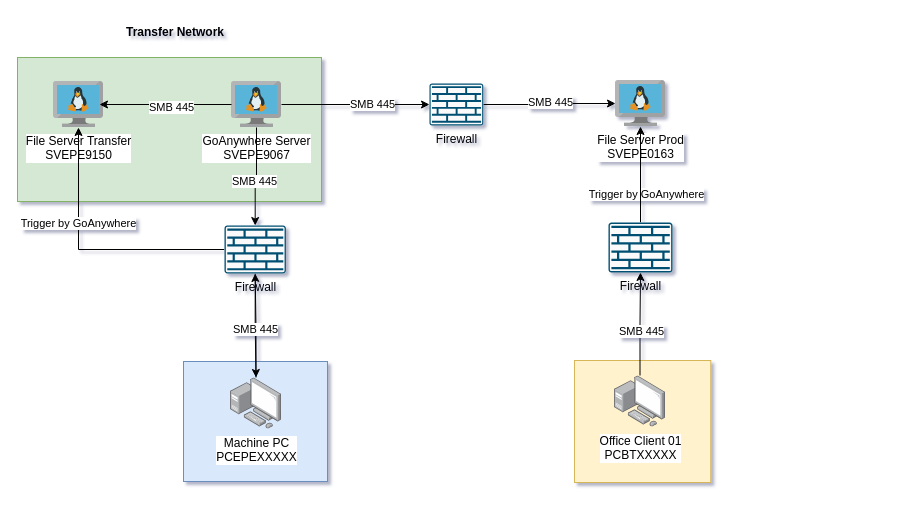
Earlier version of the draw.io diagram goanywhere.drawio (iippam/proyek-01). Source tidied: cells renumbered, new cells numbered last; positions are measured from the earlier drawing's top-left corner, leaving out a move shared by most shapes. Both pictures are drawn from the tidied source at 100%, with x=0, y=0 at pixel (17, 17).
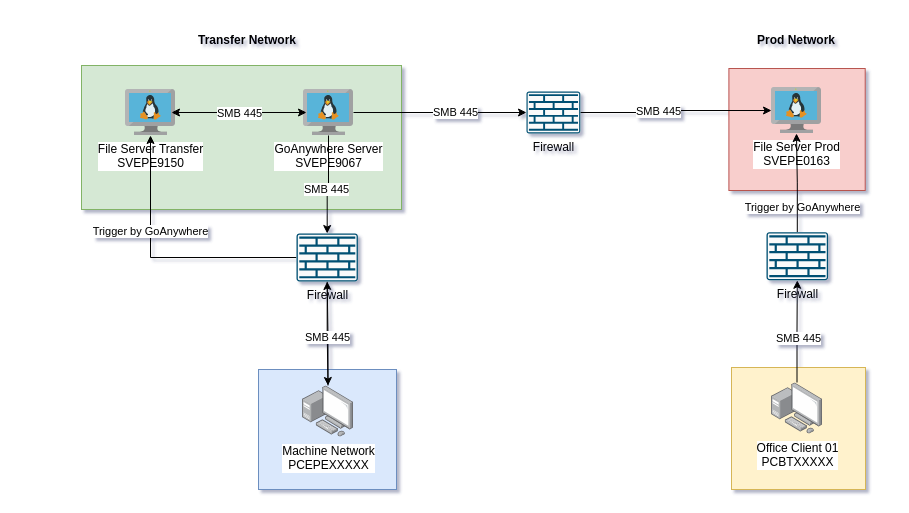
The same diagram, later.

Unchanged cells that the change refers to:
```xml
<mxCell id="12" style="edgeStyle=orthogonalEdgeStyle;rounded=0;jettySize=auto;html=1;exitX=1;exitY=0.5;exitDx=0;exitDy=0;exitPerimeter=0;" parent="1" edge="1" source="14" target="10">
  <mxGeometry relative="1" as="geometry" />
</mxCell>
<mxCell id="17" style="edgeStyle=orthogonalEdgeStyle;rounded=0;jettySize=auto;html=1;entryX=0.92;entryY=0.5;entryDx=0;entryDy=0;entryPerimeter=0;" parent="1" edge="1" source="9" target="11">
  <mxGeometry relative="1" as="geometry" />
</mxCell>
<mxCell id="23" style="edgeStyle=orthogonalEdgeStyle;rounded=0;jettySize=auto;html=1;" parent="1" edge="1" source="26" target="11">
  <mxGeometry relative="1" as="geometry" />
</mxCell>
```

What changed in the source:
```diff
@@
+    <mxCell id="31" style="rounded=0;whiteSpace=wrap;html=1;fillColor=#f8cecc;strokeColor=#b85450;" parent="1" vertex="1">
+      <mxGeometry x="711.4" y="51" width="136.3" height="122" as="geometry" />
+    </mxCell>
     <mxCell id="2" style="rounded=0;whiteSpace=wrap;html=1;fillColor=#d5e8d4;strokeColor=#82b366;" parent="1" vertex="1">
-      <mxGeometry y="40" width="304" height="144" as="geometry" />
+      <mxGeometry x="64" y="48" width="320" height="144" as="geometry" />
     </mxCell>
     <mxCell id="3" style="rounded=0;whiteSpace=wrap;html=1;fillColor=#fff2cc;strokeColor=#d6b656;" parent="1" vertex="1">
-      <mxGeometry x="557" y="343" width="136.3" height="122" as="geometry" />
+      <mxGeometry x="714" y="350" width="134" height="122" as="geometry" />
     </mxCell>
     <mxCell id="4" style="rounded=0;whiteSpace=wrap;html=1;fillColor=#dae8fc;strokeColor=#6c8ebf;" parent="1" vertex="1">
-      <mxGeometry x="166" y="344" width="144" height="120" as="geometry" />
+      <mxGeometry x="241" y="352" width="138" height="120" as="geometry" />
     </mxCell>
     <mxCell id="5" value="&lt;div&gt;&lt;b&gt;Transfer Network&lt;/b&gt;&lt;/div&gt;" style="text;html=1;align=center;verticalAlign=middle;whiteSpace=wrap;rounded=0;" parent="1" vertex="1">
-      <mxGeometry x="68" width="180" height="30" as="geometry" />
+      <mxGeometry x="140" y="8" width="180" height="30" as="geometry" />
     </mxCell>
@@
     <mxCell id="8" value="&lt;div&gt;Office Client 01&lt;br&gt;PCBTXXXXX&lt;/div&gt;" style="sketch=0;shadow=0;dashed=0;html=1;strokeColor=none;fillColor=#00BEF2;labelPosition=center;verticalLabelPosition=bottom;verticalAlign=top;outlineConnect=0;align=center;shape=image;labelBackgroundColor=default;points=[];image=img/lib/allied_telesis/computer_and_terminals/Personal_Computer_with_Server.svg;" parent="1" vertex="1">
-      <mxGeometry x="597" y="358" width="51" height="52" as="geometry" />
+      <mxGeometry x="754" y="365" width="51" height="52" as="geometry" />
     </mxCell>
     <mxCell id="9" value="GoAnywhere Server&lt;br&gt;SVEPE9067" style="image;sketch=0;html=1;points=[];align=center;fontSize=12;image=img/lib/mscae/VM_Linux.svg;" parent="1" vertex="1">
-      <mxGeometry x="214" y="64" width="50" height="46" as="geometry" />
+      <mxGeometry x="286" y="72" width="50" height="46" as="geometry" />
     </mxCell>
     <mxCell id="10" value="File Server Prod&lt;br&gt;SVEPE0163" style="image;sketch=0;html=1;points=[];align=center;fontSize=12;image=img/lib/mscae/VM_Linux.svg;" parent="1" vertex="1">
-      <mxGeometry x="598" y="63" width="50" height="46" as="geometry" />
+      <mxGeometry x="754" y="70" width="50" height="46" as="geometry" />
     </mxCell>
     <mxCell id="11" value="File Server Transfer&lt;br&gt;SVEPE9150" style="image;sketch=0;html=1;points=[];align=center;fontSize=12;image=img/lib/mscae/VM_Linux.svg;" parent="1" vertex="1">
-      <mxGeometry x="36" y="64" width="50" height="46" as="geometry" />
+      <mxGeometry x="108" y="72" width="50" height="46" as="geometry" />
     </mxCell>
@@
     <mxCell id="13" value="SMB 445" style="edgeLabel;html=1;align=center;verticalAlign=middle;" parent="12" vertex="1">
       <mxGeometry x="0.02" y="-1" relative="1" as="geometry">
-        <mxPoint y="-3" as="offset" />
+        <mxPoint x="-19" y="-1" as="offset" />
       </mxGeometry>
     </mxCell>
     <mxCell id="14" value="Firewall" style="sketch=0;points=[[0.015,0.015,0],[0.985,0.015,0],[0.985,0.985,0],[0.015,0.985,0],[0.25,0,0],[0.5,0,0],[0.75,0,0],[1,0.25,0],[1,0.5,0],[1,0.75,0],[0.75,1,0],[0.5,1,0],[0.25,1,0],[0,0.75,0],[0,0.5,0],[0,0.25,0]];verticalLabelPosition=bottom;html=1;verticalAlign=top;align=center;shape=mxgraph.cisco19.rect;prIcon=firewall;fillColor=#FAFAFA;strokeColor=#005073;" parent="1" vertex="1">
-      <mxGeometry x="412" y="66" width="53.8" height="42" as="geometry" />
+      <mxGeometry x="509" y="74" width="53.8" height="42" as="geometry" />
     </mxCell>
@@
-    <mxCell id="18" value="SMB 445" style="edgeLabel;html=1;align=center;verticalAlign=middle;" parent="17" vertex="1">
-      <mxGeometry x="-0.08" y="2" relative="1" as="geometry" />
-    </mxCell>
@@
-    <mxCell id="20" value="&lt;div&gt;Machine PC&lt;br&gt;PCEPEXXXXX&lt;/div&gt;" style="sketch=0;shadow=0;dashed=0;html=1;strokeColor=none;fillColor=#00BEF2;labelPosition=center;verticalLabelPosition=bottom;verticalAlign=top;outlineConnect=0;align=center;shape=image;labelBackgroundColor=default;points=[];image=img/lib/allied_telesis/computer_and_terminals/Personal_Computer_with_Server.svg;" parent="1" vertex="1">
-      <mxGeometry x="213" y="360" width="51" height="52" as="geometry" />
+    <mxCell id="20" value="&lt;div&gt;Machine Network&lt;br&gt;PCEPEXXXXX&lt;/div&gt;" style="sketch=0;shadow=0;dashed=0;html=1;strokeColor=none;fillColor=#00BEF2;labelPosition=center;verticalLabelPosition=bottom;verticalAlign=top;outlineConnect=0;align=center;shape=image;labelBackgroundColor=default;points=[];image=img/lib/allied_telesis/computer_and_terminals/Personal_Computer_with_Server.svg;" parent="1" vertex="1">
+      <mxGeometry x="285" y="368" width="51" height="52" as="geometry" />
     </mxCell>
@@
     <mxCell id="25" value="Trigger by GoAnywhere" style="edgeLabel;html=1;align=center;verticalAlign=middle;" parent="23" vertex="1">
       <mxGeometry x="0.29" y="1" relative="1" as="geometry">
-        <mxPoint x="568" y="-29" as="offset" />
+        <mxPoint x="652" y="-24" as="offset" />
       </mxGeometry>
     </mxCell>
     <mxCell id="26" value="Firewall&lt;div&gt;&lt;br/&gt;&lt;/div&gt;" style="sketch=0;points=[[0.015,0.015,0],[0.985,0.015,0],[0.985,0.985,0],[0.015,0.985,0],[0.25,0,0],[0.5,0,0],[0.75,0,0],[1,0.25,0],[1,0.5,0],[1,0.75,0],[0.75,1,0],[0.5,1,0],[0.25,1,0],[0,0.75,0],[0,0.5,0],[0,0.25,0]];verticalLabelPosition=bottom;html=1;verticalAlign=top;align=center;shape=mxgraph.cisco19.rect;prIcon=firewall;fillColor=#FAFAFA;strokeColor=#005073;" parent="1" vertex="1">
-      <mxGeometry x="207" y="208" width="61.4" height="48" as="geometry" />
+      <mxGeometry x="279" y="216" width="61.4" height="48" as="geometry" />
     </mxCell>
@@
     <mxCell id="30" value="Firewall" style="sketch=0;points=[[0.015,0.015,0],[0.985,0.015,0],[0.985,0.985,0],[0.015,0.985,0],[0.25,0,0],[0.5,0,0],[0.75,0,0],[1,0.25,0],[1,0.5,0],[1,0.75,0],[0.75,1,0],[0.5,1,0],[0.25,1,0],[0,0.75,0],[0,0.5,0],[0,0.25,0]];verticalLabelPosition=bottom;html=1;verticalAlign=top;align=center;shape=mxgraph.cisco19.rect;prIcon=firewall;fillColor=#FAFAFA;strokeColor=#005073;" parent="1" vertex="1">
-      <mxGeometry x="591" y="205" width="64" height="50" as="geometry" />
+      <mxGeometry x="749" y="214.7" width="61.6" height="48.1" as="geometry" />
     </mxCell>
+    <mxCell id="32" value="&lt;div&gt;&lt;b&gt;Prod Network&lt;/b&gt;&lt;/div&gt;" style="text;html=1;align=center;verticalAlign=middle;whiteSpace=wrap;rounded=0;" parent="1" vertex="1">
+      <mxGeometry x="688.5" y="8" width="180" height="30" as="geometry" />
+    </mxCell>
+    <mxCell id="33" style="edgeStyle=orthogonalEdgeStyle;rounded=0;jettySize=auto;html=1;entryX=0.06;entryY=0.5;entryDx=0;entryDy=0;entryPerimeter=0;" parent="1" edge="1" source="11" target="9">
+      <mxGeometry relative="1" as="geometry" />
+    </mxCell>
+    <mxCell id="18" value="SMB 445" style="edgeLabel;html=1;align=center;verticalAlign=middle;" parent="33" vertex="1">
+      <mxGeometry x="-0.09" y="1" relative="1" as="geometry">
+        <mxPoint x="3" y="1" as="offset" />
+      </mxGeometry>
+    </mxCell>
```
